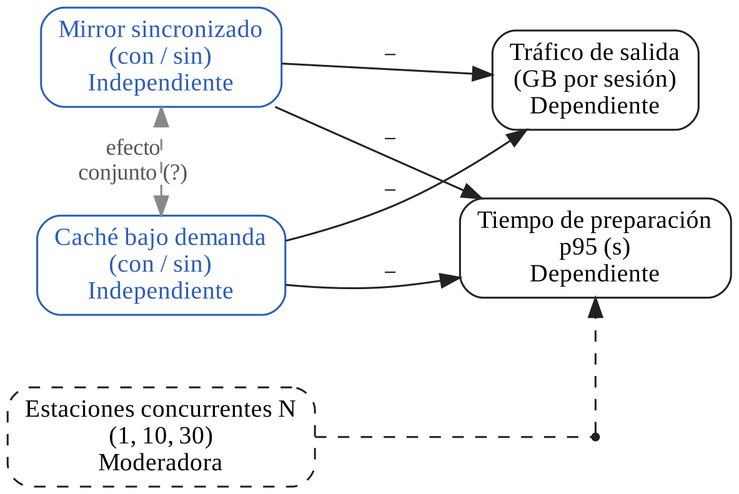
Above: paper/figuras/fig1-modelo.png in jhamer0709/infraestructura-lab-unajma (Graphviz), before the change. Its source is kept beside it as paper/figuras/fig1-modelo.dot.
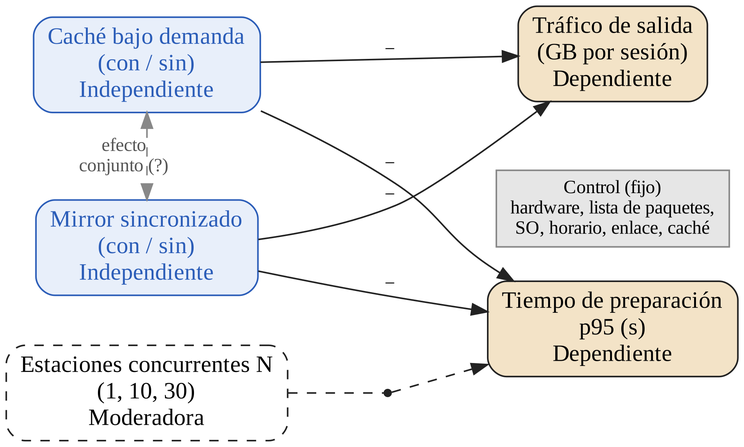
The same diagram one commit later.

Commit message:
docs(figuras): modelo con controles, despliegue con medición y frontera, componentes

Change to the diagram source:
```diff
@@ -1,17 +1,20 @@
 digraph G {
-  rankdir=LR; nodesep=0.35; ranksep=0.9; bgcolor="white";
-  node [shape=box, style="rounded", fontname="Liberation Serif", fontsize=13, margin="0.12,0.07", color="#222222"];
+  rankdir=LR; nodesep=0.3; ranksep=0.8; bgcolor="white";
+  node [shape=box, style="rounded", fontname="Liberation Serif", fontsize=15, margin="0.12,0.07", color="#222222"];
   edge [fontname="Liberation Serif", fontsize=12, color="#222222"];
-  A [label="Caché bajo demanda\n(con / sin)\nIndependiente", color="#2b5db8", fontcolor="#2b5db8"];
-  B [label="Mirror sincronizado\n(con / sin)\nIndependiente", color="#2b5db8", fontcolor="#2b5db8"];
-  T [label="Tiempo de preparación\np95 (s)\nDependiente"];
-  G [label="Tráfico de salida\n(GB por sesión)\nDependiente"];
-  M [label="Estaciones concurrentes N\n(1, 10, 30)\nModeradora", shape=box, style="rounded,dashed"];
-  X [shape=point, width=0.05, label=""];
+  A [label="Caché bajo demanda\n(con / sin)\nIndependiente", color="#2b5db8", fontcolor="#2b5db8", style="rounded,filled", fillcolor="#e8effa"];
+  B [label="Mirror sincronizado\n(con / sin)\nIndependiente", color="#2b5db8", fontcolor="#2b5db8", style="rounded,filled", fillcolor="#e8effa"];
+  T [label="Tiempo de preparación\np95 (s)\nDependiente", style="rounded,filled", fillcolor="#f3e3c7"];
+  G [label="Tráfico de salida\n(GB por sesión)\nDependiente", style="rounded,filled", fillcolor="#f3e3c7"];
+  M [label="Estaciones concurrentes N\n(1, 10, 30)\nModeradora", style="rounded,dashed"];
+  K [label="Control (fijo)\nhardware, lista de paquetes,\nSO, horario, enlace, caché", style="filled", fillcolor="#e6e6e6", color="#888888", fontsize=12];
+  X [shape=point, width=0.06, label=""];
+
   A -> T [label=" −"]; A -> G [label=" −"];
   B -> T [label=" −"]; B -> G [label=" −"];
   A -> B [label=" efecto\n conjunto (?)", style=dashed, constraint=false, dir=both, color="#888888", fontcolor="#555555"];
-  M -> X [arrowhead=none, style=dashed]; X -> T [style=dashed, constraint=false];
-  {rank=same; A; B;}
-  {rank=same; T; G;}
+  M -> X [arrowhead=none, style=dashed]; X -> T [style=dashed];
+  {rank=same; A; B; M;}
+  {rank=same; T; G; K;}
+  G -> K [style=invis];
 }
```
